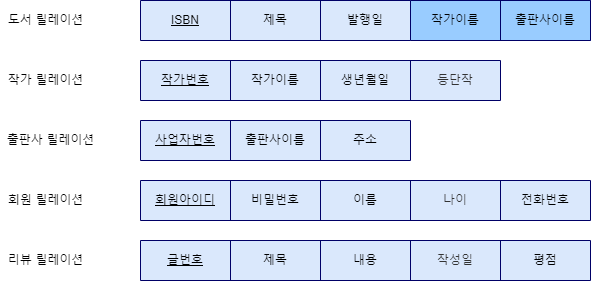
Above: 릴레이션스키마.drawio.png in JeongwonByun/2022-1-DB-Project (draw.io), before the change. Source tidied: cells renumbered, new cells last; positions are measured from the earlier drawing's top-left corner, leaving out a move shared by most shapes. Its diagram source:
```xml
<mxGraphModel background="#ffffff">
  <root>
    <mxCell id="0" />
    <mxCell id="1" parent="0" />
    <mxCell id="2" value="도서 릴레이션" style="text;html=1;align=center;verticalAlign=middle;strokeColor=none;fillColor=none;" parent="1" vertex="1">
      <mxGeometry y="10" width="90" height="20" as="geometry" />
    </mxCell>
    <mxCell id="3" value="작가 릴레이션" style="text;html=1;align=center;verticalAlign=middle;strokeColor=none;fillColor=none;" parent="1" vertex="1">
      <mxGeometry y="70" width="90" height="20" as="geometry" />
    </mxCell>
    <mxCell id="4" value="출판사 릴레이션" style="text;html=1;align=center;verticalAlign=middle;strokeColor=none;fillColor=none;" parent="1" vertex="1">
      <mxGeometry y="130" width="100" height="20" as="geometry" />
    </mxCell>
    <mxCell id="5" value="회원 릴레이션" style="text;html=1;align=center;verticalAlign=middle;strokeColor=none;fillColor=none;" parent="1" vertex="1">
      <mxGeometry y="190" width="90" height="20" as="geometry" />
    </mxCell>
    <mxCell id="6" value="리뷰 릴레이션" style="text;html=1;align=center;verticalAlign=middle;strokeColor=none;fillColor=none;" parent="1" vertex="1">
      <mxGeometry y="250" width="90" height="20" as="geometry" />
    </mxCell>
    <mxCell id="7" style="shape=table;html=1;whiteSpace=wrap;startSize=0;fillColor=#dae8fc;strokeColor=#000066;strokeWidth=1;" parent="1" vertex="1">
      <mxGeometry x="140" width="450" height="40" as="geometry" />
    </mxCell>
    <mxCell id="8" style="shape=tableRow;horizontal=0;startSize=0;swimlaneHead=0;swimlaneBody=0;top=0;left=0;bottom=0;right=0;fillColor=none;" parent="7" vertex="1">
      <mxGeometry width="450" height="40" as="geometry" />
    </mxCell>
    <mxCell id="9" value="&lt;u&gt;ISBN&lt;/u&gt;" style="shape=partialRectangle;html=1;whiteSpace=wrap;fillColor=none;top=0;left=0;bottom=0;right=0;overflow=hidden;" parent="8" vertex="1">
      <mxGeometry width="90" height="40" as="geometry" />
    </mxCell>
    <mxCell id="10" value="제목" style="shape=partialRectangle;html=1;whiteSpace=wrap;fillColor=none;top=0;left=0;bottom=0;right=0;overflow=hidden;" parent="8" vertex="1">
      <mxGeometry x="90" width="90" height="40" as="geometry" />
    </mxCell>
    <mxCell id="11" value="발행일" style="shape=partialRectangle;html=1;whiteSpace=wrap;fillColor=none;top=0;left=0;bottom=0;right=0;overflow=hidden;" parent="8" vertex="1">
      <mxGeometry x="180" width="90" height="40" as="geometry" />
    </mxCell>
    <mxCell id="12" value="작가이름" style="shape=partialRectangle;html=1;whiteSpace=wrap;fillColor=none;top=0;left=0;bottom=0;right=0;overflow=hidden;strokeColor=#000066;fontColor=#333333;strokeWidth=1;shadow=0;sketch=0;gradientColor=none;" parent="8" vertex="1">
      <mxGeometry x="270" width="90" height="40" as="geometry" />
    </mxCell>
    <mxCell id="13" value="출판사이름" style="shape=partialRectangle;html=1;whiteSpace=wrap;fillColor=none;top=0;left=0;bottom=0;right=0;overflow=hidden;" parent="8" vertex="1">
      <mxGeometry x="360" width="90" height="40" as="geometry" />
    </mxCell>
    <mxCell id="14" style="shape=table;html=1;whiteSpace=wrap;startSize=0;shadow=0;sketch=0;strokeColor=#000066;strokeWidth=1;fillColor=#99CCFF;gradientColor=none;" parent="1" vertex="1">
      <mxGeometry x="410" width="180" height="40" as="geometry" />
    </mxCell>
    <mxCell id="15" style="shape=tableRow;horizontal=0;startSize=0;swimlaneHead=0;swimlaneBody=0;top=0;left=0;bottom=0;right=0;fillColor=none;shadow=0;sketch=0;strokeColor=#000066;strokeWidth=1;" parent="14" vertex="1">
      <mxGeometry width="180" height="40" as="geometry" />
    </mxCell>
    <mxCell id="16" value="작가이름" style="shape=partialRectangle;html=1;whiteSpace=wrap;fillColor=none;top=0;left=0;bottom=0;right=0;overflow=hidden;shadow=0;sketch=0;strokeColor=#000066;strokeWidth=1;" parent="15" vertex="1">
      <mxGeometry width="90" height="40" as="geometry" />
    </mxCell>
    <mxCell id="17" value="출판사이름" style="shape=partialRectangle;html=1;whiteSpace=wrap;fillColor=none;top=0;left=0;bottom=0;right=0;overflow=hidden;shadow=0;sketch=0;strokeColor=#000066;strokeWidth=1;" parent="15" vertex="1">
      <mxGeometry x="90" width="90" height="40" as="geometry" />
    </mxCell>
    <mxCell id="18" style="shape=table;html=1;whiteSpace=wrap;startSize=0;fillColor=#dae8fc;strokeColor=#000066;strokeWidth=1;" parent="1" vertex="1">
      <mxGeometry x="140" y="60" width="360" height="40" as="geometry" />
    </mxCell>
    <mxCell id="19" style="shape=tableRow;horizontal=0;startSize=0;swimlaneHead=0;swimlaneBody=0;top=0;left=0;bottom=0;right=0;fillColor=none;" parent="18" vertex="1">
      <mxGeometry width="360" height="40" as="geometry" />
    </mxCell>
    <mxCell id="20" value="&lt;u&gt;작가번호&lt;/u&gt;" style="shape=partialRectangle;html=1;whiteSpace=wrap;fillColor=none;top=0;left=0;bottom=0;right=0;overflow=hidden;" parent="19" vertex="1">
      <mxGeometry width="90" height="40" as="geometry" />
    </mxCell>
    <mxCell id="21" value="작가이름" style="shape=partialRectangle;html=1;whiteSpace=wrap;fillColor=none;top=0;left=0;bottom=0;right=0;overflow=hidden;" parent="19" vertex="1">
      <mxGeometry x="90" width="90" height="40" as="geometry" />
    </mxCell>
    <mxCell id="22" value="생년월일" style="shape=partialRectangle;html=1;whiteSpace=wrap;fillColor=none;top=0;left=0;bottom=0;right=0;overflow=hidden;" parent="19" vertex="1">
      <mxGeometry x="180" width="90" height="40" as="geometry" />
    </mxCell>
    <mxCell id="23" value="등단작" style="shape=partialRectangle;html=1;whiteSpace=wrap;fillColor=none;top=0;left=0;bottom=0;right=0;overflow=hidden;strokeColor=#000066;fontColor=#333333;strokeWidth=1;shadow=0;sketch=0;gradientColor=none;" parent="19" vertex="1">
      <mxGeometry x="270" width="90" height="40" as="geometry" />
    </mxCell>
    <mxCell id="24" style="shape=table;html=1;whiteSpace=wrap;startSize=0;fillColor=#dae8fc;strokeColor=#000066;strokeWidth=1;" parent="1" vertex="1">
      <mxGeometry x="140" y="120" width="270" height="40" as="geometry" />
    </mxCell>
    <mxCell id="25" style="shape=tableRow;horizontal=0;startSize=0;swimlaneHead=0;swimlaneBody=0;top=0;left=0;bottom=0;right=0;fillColor=none;" parent="24" vertex="1">
      <mxGeometry width="270" height="40" as="geometry" />
    </mxCell>
    <mxCell id="26" value="&lt;u&gt;사업자번호&lt;/u&gt;" style="shape=partialRectangle;html=1;whiteSpace=wrap;fillColor=none;top=0;left=0;bottom=0;right=0;overflow=hidden;" parent="25" vertex="1">
      <mxGeometry width="90" height="40" as="geometry" />
    </mxCell>
    <mxCell id="27" value="출판사이름" style="shape=partialRectangle;html=1;whiteSpace=wrap;fillColor=none;top=0;left=0;bottom=0;right=0;overflow=hidden;" parent="25" vertex="1">
      <mxGeometry x="90" width="90" height="40" as="geometry" />
    </mxCell>
    <mxCell id="28" value="주소" style="shape=partialRectangle;html=1;whiteSpace=wrap;fillColor=none;top=0;left=0;bottom=0;right=0;overflow=hidden;" parent="25" vertex="1">
      <mxGeometry x="180" width="90" height="40" as="geometry" />
    </mxCell>
    <mxCell id="29" style="shape=table;html=1;whiteSpace=wrap;startSize=0;fillColor=#dae8fc;strokeColor=#000066;strokeWidth=1;" parent="1" vertex="1">
      <mxGeometry x="140" y="180" width="450" height="40" as="geometry" />
    </mxCell>
    <mxCell id="30" style="shape=tableRow;horizontal=0;startSize=0;swimlaneHead=0;swimlaneBody=0;top=0;left=0;bottom=0;right=0;fillColor=none;" parent="29" vertex="1">
      <mxGeometry width="450" height="40" as="geometry" />
    </mxCell>
    <mxCell id="31" value="&lt;u&gt;회원아이디&lt;/u&gt;" style="shape=partialRectangle;html=1;whiteSpace=wrap;fillColor=none;top=0;left=0;bottom=0;right=0;overflow=hidden;" parent="30" vertex="1">
      <mxGeometry width="90" height="40" as="geometry" />
    </mxCell>
    <mxCell id="32" value="비밀번호" style="shape=partialRectangle;html=1;whiteSpace=wrap;fillColor=none;top=0;left=0;bottom=0;right=0;overflow=hidden;" parent="30" vertex="1">
      <mxGeometry x="90" width="90" height="40" as="geometry" />
    </mxCell>
    <mxCell id="33" value="이름" style="shape=partialRectangle;html=1;whiteSpace=wrap;fillColor=none;top=0;left=0;bottom=0;right=0;overflow=hidden;" parent="30" vertex="1">
      <mxGeometry x="180" width="90" height="40" as="geometry" />
    </mxCell>
    <mxCell id="34" value="나이" style="shape=partialRectangle;html=1;whiteSpace=wrap;fillColor=none;top=0;left=0;bottom=0;right=0;overflow=hidden;strokeColor=#000066;fontColor=#333333;strokeWidth=1;shadow=0;sketch=0;gradientColor=none;" parent="30" vertex="1">
      <mxGeometry x="270" width="90" height="40" as="geometry" />
    </mxCell>
    <mxCell id="35" value="전화번호" style="shape=partialRectangle;html=1;whiteSpace=wrap;fillColor=none;top=0;left=0;bottom=0;right=0;overflow=hidden;" parent="30" vertex="1">
      <mxGeometry x="360" width="90" height="40" as="geometry" />
    </mxCell>
    <mxCell id="36" style="shape=table;html=1;whiteSpace=wrap;startSize=0;fillColor=#dae8fc;strokeColor=#000066;strokeWidth=1;" parent="1" vertex="1">
      <mxGeometry x="140" y="240" width="450" height="40" as="geometry" />
    </mxCell>
    <mxCell id="37" style="shape=tableRow;horizontal=0;startSize=0;swimlaneHead=0;swimlaneBody=0;top=0;left=0;bottom=0;right=0;fillColor=none;" parent="36" vertex="1">
      <mxGeometry width="450" height="40" as="geometry" />
    </mxCell>
    <mxCell id="38" value="&lt;u&gt;글번호&lt;/u&gt;" style="shape=partialRectangle;html=1;whiteSpace=wrap;fillColor=none;top=0;left=0;bottom=0;right=0;overflow=hidden;" parent="37" vertex="1">
      <mxGeometry width="90" height="40" as="geometry" />
    </mxCell>
    <mxCell id="39" value="제목" style="shape=partialRectangle;html=1;whiteSpace=wrap;fillColor=none;top=0;left=0;bottom=0;right=0;overflow=hidden;" parent="37" vertex="1">
      <mxGeometry x="90" width="90" height="40" as="geometry" />
    </mxCell>
    <mxCell id="40" value="내용" style="shape=partialRectangle;html=1;whiteSpace=wrap;fillColor=none;top=0;left=0;bottom=0;right=0;overflow=hidden;" parent="37" vertex="1">
      <mxGeometry x="180" width="90" height="40" as="geometry" />
    </mxCell>
    <mxCell id="41" value="작성일" style="shape=partialRectangle;html=1;whiteSpace=wrap;fillColor=none;top=0;left=0;bottom=0;right=0;overflow=hidden;strokeColor=#000066;fontColor=#333333;strokeWidth=1;shadow=0;sketch=0;gradientColor=none;" parent="37" vertex="1">
      <mxGeometry x="270" width="90" height="40" as="geometry" />
    </mxCell>
    <mxCell id="42" value="평점" style="shape=partialRectangle;html=1;whiteSpace=wrap;fillColor=none;top=0;left=0;bottom=0;right=0;overflow=hidden;" parent="37" vertex="1">
      <mxGeometry x="360" width="90" height="40" as="geometry" />
    </mxCell>
  </root>
</mxGraphModel>
```
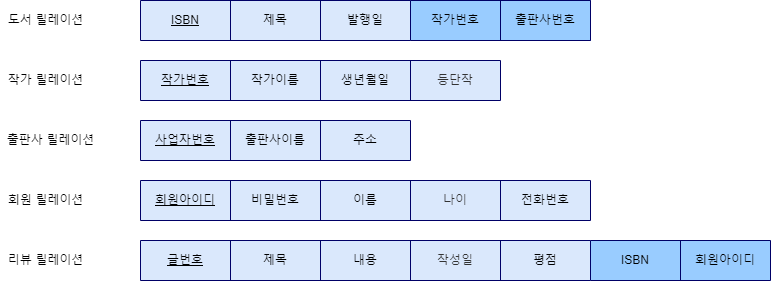
Later version of the same file.

Commit message:
Update 릴레이션스키마.drawio.png

Change to the diagram source:
```diff
@@ -44,10 +44,10 @@
     <mxCell id="15" style="shape=tableRow;horizontal=0;startSize=0;swimlaneHead=0;swimlaneBody=0;top=0;left=0;bottom=0;right=0;fillColor=none;shadow=0;sketch=0;strokeColor=#000066;strokeWidth=1;" parent="14" vertex="1">
       <mxGeometry width="180" height="40" as="geometry" />
     </mxCell>
-    <mxCell id="16" value="작가이름" style="shape=partialRectangle;html=1;whiteSpace=wrap;fillColor=none;top=0;left=0;bottom=0;right=0;overflow=hidden;shadow=0;sketch=0;strokeColor=#000066;strokeWidth=1;" parent="15" vertex="1">
+    <mxCell id="16" value="작가번호" style="shape=partialRectangle;html=1;whiteSpace=wrap;fillColor=none;top=0;left=0;bottom=0;right=0;overflow=hidden;shadow=0;sketch=0;strokeColor=#000066;strokeWidth=1;" parent="15" vertex="1">
       <mxGeometry width="90" height="40" as="geometry" />
     </mxCell>
-    <mxCell id="17" value="출판사이름" style="shape=partialRectangle;html=1;whiteSpace=wrap;fillColor=none;top=0;left=0;bottom=0;right=0;overflow=hidden;shadow=0;sketch=0;strokeColor=#000066;strokeWidth=1;" parent="15" vertex="1">
+    <mxCell id="17" value="출판사번호" style="shape=partialRectangle;html=1;whiteSpace=wrap;fillColor=none;top=0;left=0;bottom=0;right=0;overflow=hidden;shadow=0;sketch=0;strokeColor=#000066;strokeWidth=1;" parent="15" vertex="1">
       <mxGeometry x="90" width="90" height="40" as="geometry" />
     </mxCell>
     <mxCell id="18" style="shape=table;html=1;whiteSpace=wrap;startSize=0;fillColor=#dae8fc;strokeColor=#000066;strokeWidth=1;" parent="1" vertex="1">
@@ -125,5 +125,17 @@
     <mxCell id="42" value="평점" style="shape=partialRectangle;html=1;whiteSpace=wrap;fillColor=none;top=0;left=0;bottom=0;right=0;overflow=hidden;" parent="37" vertex="1">
       <mxGeometry x="360" width="90" height="40" as="geometry" />
     </mxCell>
+    <mxCell id="43" style="shape=table;html=1;whiteSpace=wrap;startSize=0;shadow=0;sketch=0;strokeColor=#000066;strokeWidth=1;fillColor=#99CCFF;gradientColor=none;" parent="1" vertex="1">
+      <mxGeometry x="590" y="240" width="180" height="40" as="geometry" />
+    </mxCell>
+    <mxCell id="44" style="shape=tableRow;horizontal=0;startSize=0;swimlaneHead=0;swimlaneBody=0;top=0;left=0;bottom=0;right=0;fillColor=none;shadow=0;sketch=0;strokeColor=#000066;strokeWidth=1;" parent="43" vertex="1">
+      <mxGeometry width="180" height="40" as="geometry" />
+    </mxCell>
+    <mxCell id="45" value="ISBN" style="shape=partialRectangle;html=1;whiteSpace=wrap;fillColor=none;top=0;left=0;bottom=0;right=0;overflow=hidden;shadow=0;sketch=0;strokeColor=#000066;strokeWidth=1;" parent="44" vertex="1">
+      <mxGeometry width="90" height="40" as="geometry" />
+    </mxCell>
+    <mxCell id="46" value="회원아이디" style="shape=partialRectangle;html=1;whiteSpace=wrap;fillColor=none;top=0;left=0;bottom=0;right=0;overflow=hidden;shadow=0;sketch=0;strokeColor=#000066;strokeWidth=1;" parent="44" vertex="1">
+      <mxGeometry x="90" width="90" height="40" as="geometry" />
+    </mxCell>
   </root>
 </mxGraphModel>
```
